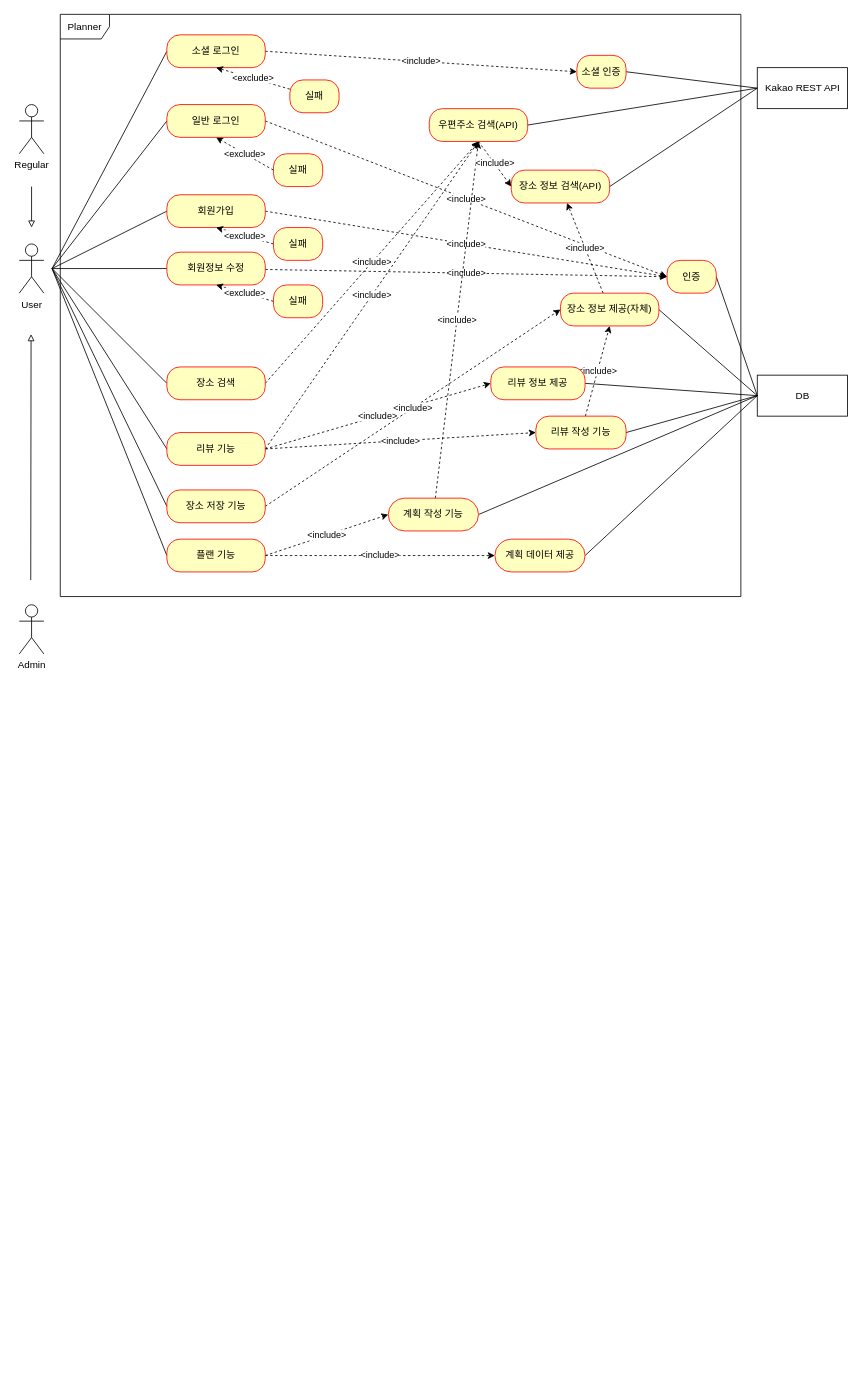
Earlier version of the draw.io diagram document/use-case.drawio (mrcocoball/cocoball-store). Source tidied: cells renumbered, new cells numbered last; positions are measured from the earlier drawing's top-left corner, leaving out a move shared by most shapes. Both pictures are drawn from the tidied source at 82%, with x=0, y=0 at pixel (19, 14).
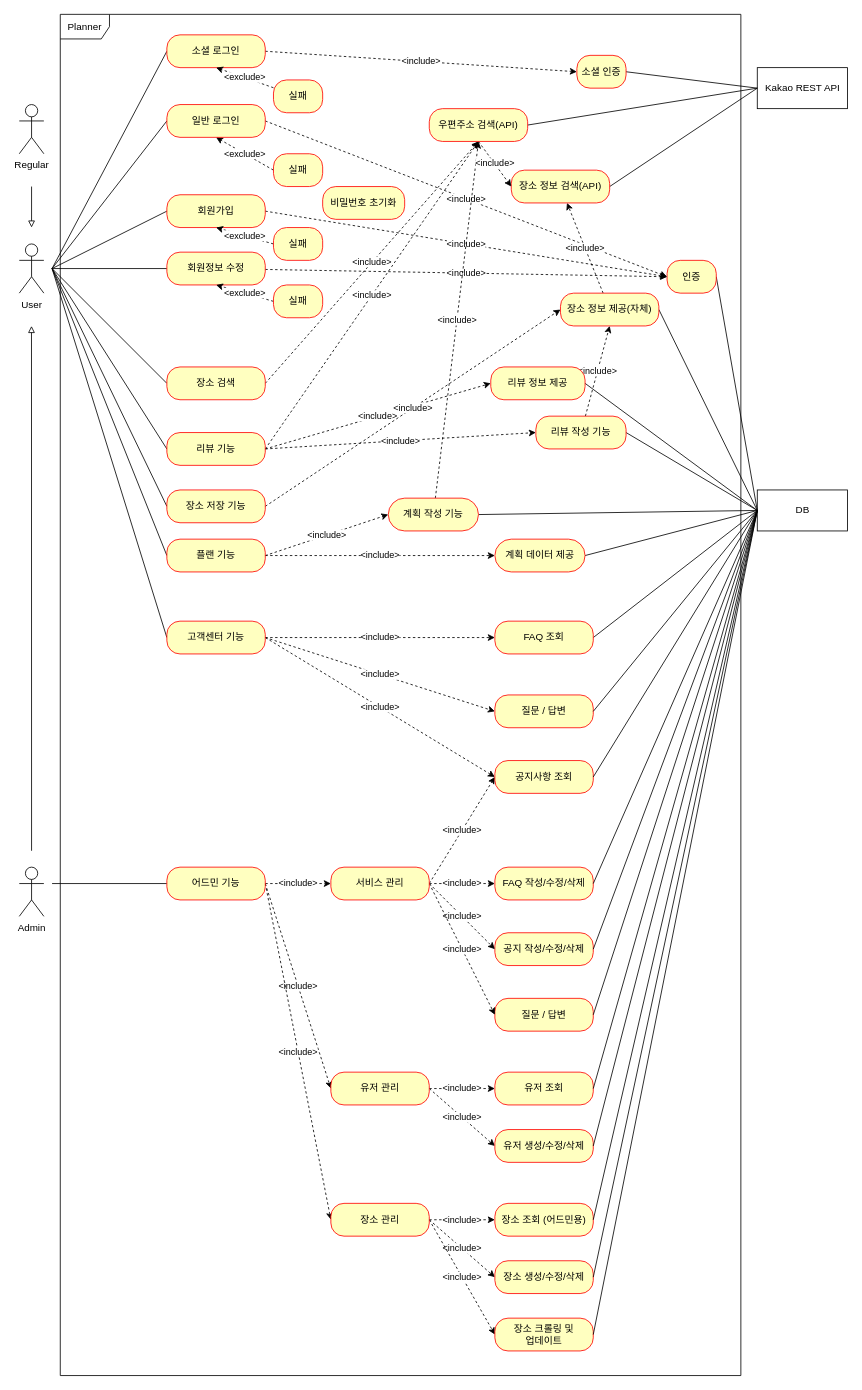
Above is the later version.

Commit message:
#82 - use-case 업데이트

The edit, as a diff of the source:
```diff
@@
     <mxCell id="2" value="Planner" style="shape=umlFrame;whiteSpace=wrap;html=1;" parent="1" vertex="1">
-      <mxGeometry x="50" width="830" height="710" as="geometry" />
+      <mxGeometry x="50" width="830" height="1660" as="geometry" />
     </mxCell>
@@
+    <mxCell id="67" style="rounded=0;jettySize=auto;html=1;entryX=1;entryY=0.5;entryDx=0;entryDy=0;endArrow=none;endFill=0;exitX=0;exitY=0.5;exitDx=0;exitDy=0;" parent="1" edge="1" source="7" target="74">
+      <mxGeometry relative="1" as="geometry" />
+    </mxCell>
     <mxCell id="7" value="DB" style="html=1;" parent="1" vertex="1">
-      <mxGeometry x="900" y="440" width="110" height="50" as="geometry" />
+      <mxGeometry x="900" y="580" width="110" height="50" as="geometry" />
     </mxCell>
@@
-    <mxCell id="33" style="edgeStyle=none;rounded=0;orthogonalLoop=1;jettySize=auto;html=1;endArrow=block;endFill=0;" parent="1" edge="1">
-      <mxGeometry relative="1" as="geometry">
-        <mxPoint x="14" y="690" as="sourcePoint" />
-        <mxPoint x="14.4" y="390" as="targetPoint" />
-      </mxGeometry>
-    </mxCell>
     <mxCell id="34" value="Admin" style="shape=umlActor;verticalLabelPosition=bottom;verticalAlign=top;html=1;" parent="1" vertex="1">
-      <mxGeometry y="720" width="30" height="60" as="geometry" />
+      <mxGeometry y="1040" width="30" height="60" as="geometry" />
     </mxCell>
@@
     <mxCell id="63" value="실패" style="rounded=1;whiteSpace=wrap;html=1;arcSize=40;fontColor=#000000;fillColor=#ffffc0;strokeColor=#ff0000;" parent="1" vertex="1">
-      <mxGeometry x="330" y="80" width="60" height="40" as="geometry" />
+      <mxGeometry x="310" y="80" width="60" height="40" as="geometry" />
     </mxCell>
@@
+    <mxCell id="68" style="edgeStyle=none;rounded=0;orthogonalLoop=1;jettySize=auto;html=1;endArrow=block;endFill=0;" parent="1" edge="1">
+      <mxGeometry relative="1" as="geometry">
+        <mxPoint x="15" y="1020" as="sourcePoint" />
+        <mxPoint x="14.9" y="380" as="targetPoint" />
+      </mxGeometry>
+    </mxCell>
+    <mxCell id="69" style="rounded=0;jettySize=auto;html=1;exitX=0;exitY=0.5;exitDx=0;exitDy=0;endArrow=none;endFill=0;" parent="1" edge="1" source="73">
+      <mxGeometry relative="1" as="geometry">
+        <mxPoint x="40" y="310" as="targetPoint" />
+      </mxGeometry>
+    </mxCell>
+    <mxCell id="70" value="&amp;lt;include&amp;gt;" style="edgeStyle=orthogonalEdgeStyle;rounded=0;jettySize=auto;html=1;entryX=0;entryY=0.5;entryDx=0;entryDy=0;dashed=1;" parent="1" edge="1" source="73" target="74">
+      <mxGeometry relative="1" as="geometry" />
+    </mxCell>
+    <mxCell id="71" value="&amp;lt;include&amp;gt;" style="rounded=0;jettySize=auto;html=1;entryX=0;entryY=0.5;entryDx=0;entryDy=0;dashed=1;exitX=1;exitY=0.5;exitDx=0;exitDy=0;" parent="1" edge="1" source="73" target="75">
+      <mxGeometry relative="1" as="geometry" />
+    </mxCell>
+    <mxCell id="72" value="&amp;lt;include&amp;gt;" style="rounded=0;jettySize=auto;html=1;entryX=0;entryY=0.5;entryDx=0;entryDy=0;dashed=1;exitX=1;exitY=0.5;exitDx=0;exitDy=0;" parent="1" edge="1" source="73" target="102">
+      <mxGeometry relative="1" as="geometry" />
+    </mxCell>
+    <mxCell id="73" value="고객센터 기능" style="rounded=1;whiteSpace=wrap;html=1;arcSize=40;fontColor=#000000;fillColor=#ffffc0;strokeColor=#ff0000;" parent="1" vertex="1">
+      <mxGeometry x="180" y="740" width="120" height="40" as="geometry" />
+    </mxCell>
+    <mxCell id="74" value="FAQ 조회" style="rounded=1;whiteSpace=wrap;html=1;arcSize=40;fontColor=#000000;fillColor=#ffffc0;strokeColor=#ff0000;" parent="1" vertex="1">
+      <mxGeometry x="580" y="740" width="120" height="40" as="geometry" />
+    </mxCell>
+    <mxCell id="75" value="질문 / 답변" style="rounded=1;whiteSpace=wrap;html=1;arcSize=40;fontColor=#000000;fillColor=#ffffc0;strokeColor=#ff0000;" parent="1" vertex="1">
+      <mxGeometry x="580" y="830" width="120" height="40" as="geometry" />
+    </mxCell>
+    <mxCell id="76" value="비밀번호 초기화" style="rounded=1;whiteSpace=wrap;html=1;arcSize=40;fontColor=#000000;fillColor=#ffffc0;strokeColor=#ff0000;" parent="1" vertex="1">
+      <mxGeometry x="370" y="210" width="100" height="40" as="geometry" />
+    </mxCell>
+    <mxCell id="77" value="FAQ 작성/수정/삭제" style="rounded=1;whiteSpace=wrap;html=1;arcSize=40;fontColor=#000000;fillColor=#ffffc0;strokeColor=#ff0000;" parent="1" vertex="1">
+      <mxGeometry x="580" y="1040" width="120" height="40" as="geometry" />
+    </mxCell>
+    <mxCell id="78" value="공지 작성/수정/삭제" style="rounded=1;whiteSpace=wrap;html=1;arcSize=40;fontColor=#000000;fillColor=#ffffc0;strokeColor=#ff0000;" parent="1" vertex="1">
+      <mxGeometry x="580" y="1120" width="120" height="40" as="geometry" />
+    </mxCell>
+    <mxCell id="79" style="rounded=0;jettySize=auto;html=1;endArrow=none;endFill=0;exitX=0;exitY=0.5;exitDx=0;exitDy=0;" parent="1" edge="1" source="83">
+      <mxGeometry relative="1" as="geometry">
+        <mxPoint x="40" y="1060" as="targetPoint" />
+      </mxGeometry>
+    </mxCell>
+    <mxCell id="80" value="&amp;lt;include&amp;gt;" style="edgeStyle=orthogonalEdgeStyle;rounded=0;jettySize=auto;html=1;entryX=0;entryY=0.5;entryDx=0;entryDy=0;dashed=1;" parent="1" edge="1" source="83" target="92">
+      <mxGeometry relative="1" as="geometry" />
+    </mxCell>
+    <mxCell id="81" value="&amp;lt;include&amp;gt;" style="rounded=0;jettySize=auto;html=1;entryX=0;entryY=0.5;entryDx=0;entryDy=0;dashed=1;exitX=1;exitY=0.5;exitDx=0;exitDy=0;" parent="1" edge="1" source="83" target="87">
+      <mxGeometry relative="1" as="geometry" />
+    </mxCell>
+    <mxCell id="82" value="&amp;lt;include&amp;gt;" style="rounded=0;jettySize=auto;html=1;entryX=0;entryY=0.5;entryDx=0;entryDy=0;dashed=1;exitX=1;exitY=0.5;exitDx=0;exitDy=0;" parent="1" edge="1" source="83" target="98">
+      <mxGeometry relative="1" as="geometry" />
+    </mxCell>
+    <mxCell id="83" value="어드민 기능" style="rounded=1;whiteSpace=wrap;html=1;arcSize=40;fontColor=#000000;fillColor=#ffffc0;strokeColor=#ff0000;" parent="1" vertex="1">
+      <mxGeometry x="180" y="1040" width="120" height="40" as="geometry" />
+    </mxCell>
+    <mxCell id="84" value="질문 / 답변" style="rounded=1;whiteSpace=wrap;html=1;arcSize=40;fontColor=#000000;fillColor=#ffffc0;strokeColor=#ff0000;" parent="1" vertex="1">
+      <mxGeometry x="580" y="1200" width="120" height="40" as="geometry" />
+    </mxCell>
+    <mxCell id="85" value="&amp;lt;include&amp;gt;" style="edgeStyle=orthogonalEdgeStyle;rounded=0;jettySize=auto;html=1;dashed=1;" parent="1" edge="1" source="87" target="93">
+      <mxGeometry relative="1" as="geometry" />
+    </mxCell>
+    <mxCell id="86" value="&amp;lt;include&amp;gt;" style="rounded=0;jettySize=auto;html=1;entryX=0;entryY=0.5;entryDx=0;entryDy=0;dashed=1;exitX=1;exitY=0.5;exitDx=0;exitDy=0;" parent="1" edge="1" source="87" target="94">
+      <mxGeometry relative="1" as="geometry" />
+    </mxCell>
+    <mxCell id="87" value="유저 관리" style="rounded=1;whiteSpace=wrap;html=1;arcSize=40;fontColor=#000000;fillColor=#ffffc0;strokeColor=#ff0000;" parent="1" vertex="1">
+      <mxGeometry x="380" y="1290" width="120" height="40" as="geometry" />
+    </mxCell>
+    <mxCell id="88" value="&amp;lt;include&amp;gt;" style="rounded=0;jettySize=auto;html=1;entryX=0;entryY=0.5;entryDx=0;entryDy=0;dashed=1;exitX=1;exitY=0.5;exitDx=0;exitDy=0;" parent="1" edge="1" source="92" target="102">
+      <mxGeometry relative="1" as="geometry" />
+    </mxCell>
+    <mxCell id="89" value="&amp;lt;include&amp;gt;" style="edgeStyle=orthogonalEdgeStyle;rounded=0;jettySize=auto;html=1;entryX=0;entryY=0.5;entryDx=0;entryDy=0;dashed=1;" parent="1" edge="1" source="92" target="77">
+      <mxGeometry relative="1" as="geometry" />
+    </mxCell>
+    <mxCell id="90" value="&amp;lt;include&amp;gt;" style="rounded=0;jettySize=auto;html=1;entryX=0;entryY=0.5;entryDx=0;entryDy=0;dashed=1;exitX=1;exitY=0.5;exitDx=0;exitDy=0;" parent="1" edge="1" source="92" target="78">
+      <mxGeometry relative="1" as="geometry" />
+    </mxCell>
+    <mxCell id="91" value="&amp;lt;include&amp;gt;" style="rounded=0;jettySize=auto;html=1;entryX=0;entryY=0.5;entryDx=0;entryDy=0;dashed=1;exitX=1;exitY=0.5;exitDx=0;exitDy=0;" parent="1" edge="1" source="92" target="84">
+      <mxGeometry relative="1" as="geometry" />
+    </mxCell>
+    <mxCell id="92" value="서비스 관리" style="rounded=1;whiteSpace=wrap;html=1;arcSize=40;fontColor=#000000;fillColor=#ffffc0;strokeColor=#ff0000;" parent="1" vertex="1">
+      <mxGeometry x="380" y="1040" width="120" height="40" as="geometry" />
+    </mxCell>
+    <mxCell id="93" value="유저 조회" style="rounded=1;whiteSpace=wrap;html=1;arcSize=40;fontColor=#000000;fillColor=#ffffc0;strokeColor=#ff0000;" parent="1" vertex="1">
+      <mxGeometry x="580" y="1290" width="120" height="40" as="geometry" />
+    </mxCell>
+    <mxCell id="94" value="유저 생성/수정/삭제" style="rounded=1;whiteSpace=wrap;html=1;arcSize=40;fontColor=#000000;fillColor=#ffffc0;strokeColor=#ff0000;" parent="1" vertex="1">
+      <mxGeometry x="580" y="1360" width="120" height="40" as="geometry" />
+    </mxCell>
+    <mxCell id="95" value="&amp;lt;include&amp;gt;" style="edgeStyle=orthogonalEdgeStyle;rounded=0;jettySize=auto;html=1;entryX=0;entryY=0.5;entryDx=0;entryDy=0;dashed=1;" parent="1" edge="1" source="98" target="99">
+      <mxGeometry relative="1" as="geometry" />
+    </mxCell>
+    <mxCell id="96" value="&amp;lt;include&amp;gt;" style="rounded=0;jettySize=auto;html=1;entryX=0;entryY=0.5;entryDx=0;entryDy=0;dashed=1;exitX=1;exitY=0.5;exitDx=0;exitDy=0;" parent="1" edge="1" source="98" target="100">
+      <mxGeometry relative="1" as="geometry" />
+    </mxCell>
+    <mxCell id="97" value="&amp;lt;include&amp;gt;" style="rounded=0;jettySize=auto;html=1;entryX=0;entryY=0.5;entryDx=0;entryDy=0;dashed=1;exitX=1;exitY=0.5;exitDx=0;exitDy=0;" parent="1" edge="1" source="98" target="101">
+      <mxGeometry relative="1" as="geometry" />
+    </mxCell>
+    <mxCell id="98" value="장소 관리" style="rounded=1;whiteSpace=wrap;html=1;arcSize=40;fontColor=#000000;fillColor=#ffffc0;strokeColor=#ff0000;" parent="1" vertex="1">
+      <mxGeometry x="380" y="1450" width="120" height="40" as="geometry" />
+    </mxCell>
+    <mxCell id="99" value="장소 조회 (어드민용)" style="rounded=1;whiteSpace=wrap;html=1;arcSize=40;fontColor=#000000;fillColor=#ffffc0;strokeColor=#ff0000;" parent="1" vertex="1">
+      <mxGeometry x="580" y="1450" width="120" height="40" as="geometry" />
+    </mxCell>
+    <mxCell id="100" value="장소 생성/수정/삭제" style="rounded=1;whiteSpace=wrap;html=1;arcSize=40;fontColor=#000000;fillColor=#ffffc0;strokeColor=#ff0000;" parent="1" vertex="1">
+      <mxGeometry x="580" y="1520" width="120" height="40" as="geometry" />
+    </mxCell>
+    <mxCell id="101" value="장소 크롤링 및&lt;br&gt;업데이트" style="rounded=1;whiteSpace=wrap;html=1;arcSize=40;fontColor=#000000;fillColor=#ffffc0;strokeColor=#ff0000;" parent="1" vertex="1">
+      <mxGeometry x="580" y="1590" width="120" height="40" as="geometry" />
+    </mxCell>
+    <mxCell id="102" value="공지사항 조회" style="rounded=1;whiteSpace=wrap;html=1;arcSize=40;fontColor=#000000;fillColor=#ffffc0;strokeColor=#ff0000;" parent="1" vertex="1">
+      <mxGeometry x="580" y="910" width="120" height="40" as="geometry" />
+    </mxCell>
+    <mxCell id="103" style="rounded=0;jettySize=auto;html=1;entryX=1;entryY=0.5;entryDx=0;entryDy=0;endArrow=none;endFill=0;exitX=0;exitY=0.5;exitDx=0;exitDy=0;" parent="1" edge="1" source="7" target="75">
+      <mxGeometry relative="1" as="geometry" />
+    </mxCell>
+    <mxCell id="104" style="rounded=0;jettySize=auto;html=1;entryX=1;entryY=0.5;entryDx=0;entryDy=0;endArrow=none;endFill=0;exitX=0;exitY=0.5;exitDx=0;exitDy=0;" parent="1" edge="1" source="7" target="102">
+      <mxGeometry relative="1" as="geometry" />
+    </mxCell>
+    <mxCell id="105" style="rounded=0;jettySize=auto;html=1;entryX=1;entryY=0.5;entryDx=0;entryDy=0;endArrow=none;endFill=0;exitX=0;exitY=0.5;exitDx=0;exitDy=0;" parent="1" edge="1" source="7" target="77">
+      <mxGeometry relative="1" as="geometry" />
+    </mxCell>
+    <mxCell id="106" style="rounded=0;jettySize=auto;html=1;entryX=1;entryY=0.5;entryDx=0;entryDy=0;endArrow=none;endFill=0;exitX=0;exitY=0.5;exitDx=0;exitDy=0;" parent="1" edge="1" source="7" target="78">
+      <mxGeometry relative="1" as="geometry" />
+    </mxCell>
+    <mxCell id="107" style="rounded=0;jettySize=auto;html=1;entryX=1;entryY=0.5;entryDx=0;entryDy=0;endArrow=none;endFill=0;exitX=0;exitY=0.5;exitDx=0;exitDy=0;" parent="1" edge="1" source="7" target="93">
+      <mxGeometry relative="1" as="geometry" />
+    </mxCell>
+    <mxCell id="108" style="rounded=0;jettySize=auto;html=1;entryX=1;entryY=0.5;entryDx=0;entryDy=0;endArrow=none;endFill=0;exitX=0;exitY=0.5;exitDx=0;exitDy=0;" parent="1" edge="1" source="7" target="94">
+      <mxGeometry relative="1" as="geometry" />
+    </mxCell>
+    <mxCell id="109" style="rounded=0;jettySize=auto;html=1;entryX=1;entryY=0.5;entryDx=0;entryDy=0;endArrow=none;endFill=0;exitX=0;exitY=0.5;exitDx=0;exitDy=0;" parent="1" edge="1" source="7" target="84">
+      <mxGeometry relative="1" as="geometry" />
+    </mxCell>
+    <mxCell id="110" style="rounded=0;jettySize=auto;html=1;entryX=1;entryY=0.5;entryDx=0;entryDy=0;endArrow=none;endFill=0;exitX=0;exitY=0.5;exitDx=0;exitDy=0;" parent="1" edge="1" source="7" target="99">
+      <mxGeometry relative="1" as="geometry" />
+    </mxCell>
+    <mxCell id="111" style="rounded=0;jettySize=auto;html=1;entryX=1;entryY=0.5;entryDx=0;entryDy=0;endArrow=none;endFill=0;exitX=0;exitY=0.5;exitDx=0;exitDy=0;" parent="1" edge="1" source="7" target="100">
+      <mxGeometry relative="1" as="geometry" />
+    </mxCell>
+    <mxCell id="112" style="rounded=0;jettySize=auto;html=1;entryX=1;entryY=0.5;entryDx=0;entryDy=0;endArrow=none;endFill=0;exitX=0;exitY=0.5;exitDx=0;exitDy=0;" parent="1" edge="1" source="7" target="101">
+      <mxGeometry relative="1" as="geometry" />
+    </mxCell>
```
